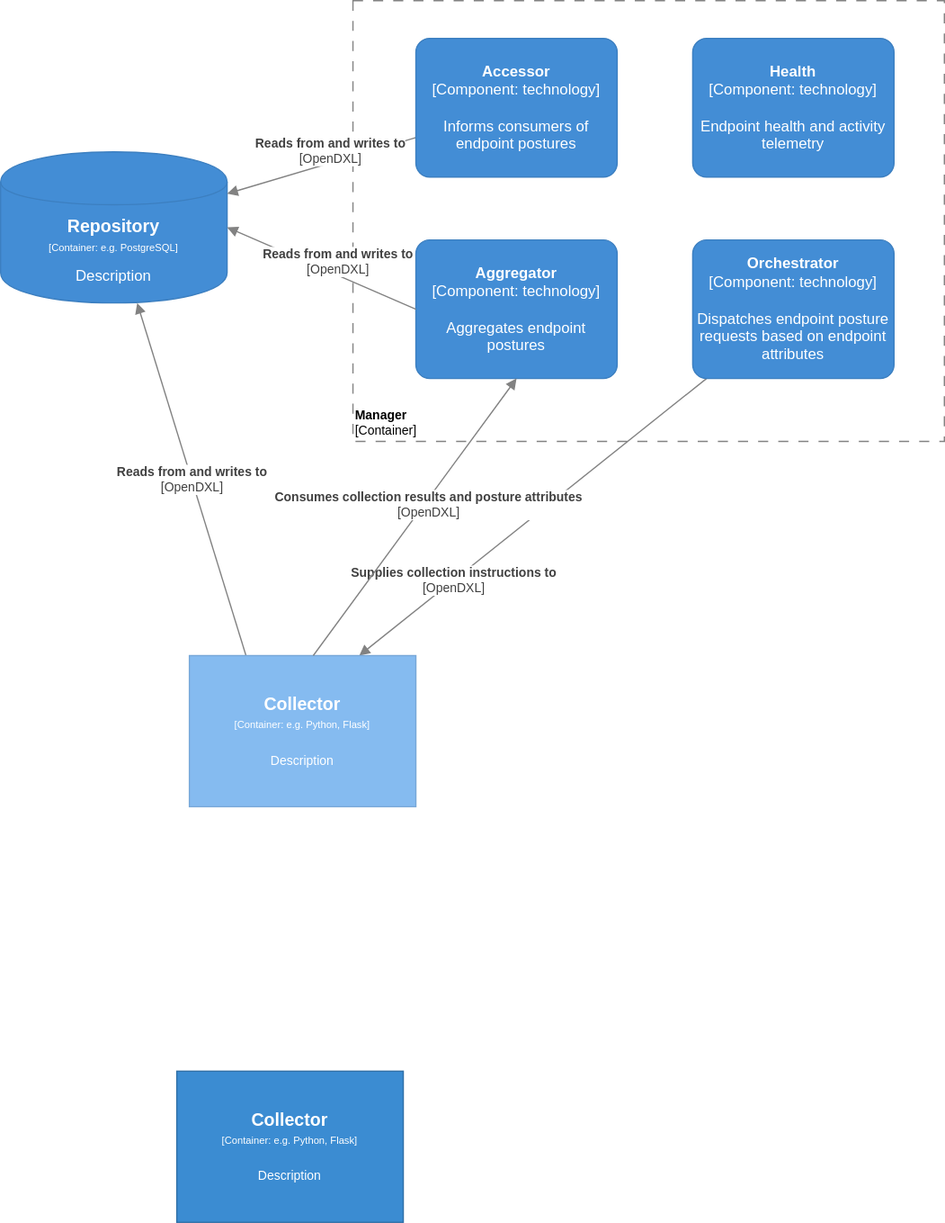
Before: Architecture Documents/sacm-component-manager.svg, a diagram exported from draw.io (opencybersecurityalliance/documentation). Source tidied: cells renumbered, new cells last; positions are measured from the earlier drawing's top-left corner, leaving out a move shared by most shapes. Source of this version:
```xml
<mxGraphModel>
  <root>
    <mxCell id="0" />
    <mxCell id="1" parent="0" />
    <object id="2" label="&lt;font style=&quot;font-size: 10px&quot;&gt;&lt;b&gt;Manager&lt;br&gt;&lt;/b&gt;[Container]&lt;/font&gt;" name="Container Name" placeholders="1">
      <mxCell style="rounded=0;whiteSpace=wrap;html=1;strokeColor=#828282;fillColor=none;fontColor=#000000;align=left;labelPosition=center;verticalLabelPosition=middle;verticalAlign=bottom;dashed=1;strokeWidth=1;perimeterSpacing=0;spacing=2;spacingTop=0;fontSize=10;dashPattern=8 8;" parent="1" vertex="1">
        <mxGeometry x="280" width="470" height="350" as="geometry" />
      </mxCell>
    </object>
    <object id="3" label="&lt;div style=&quot;color: rgb(255 , 255 , 255) ; white-space: normal&quot;&gt;&lt;span style=&quot;font-size: 14px&quot;&gt;&lt;b&gt;Repository&lt;/b&gt;&lt;/span&gt;&lt;/div&gt;&lt;div style=&quot;color: rgb(255 , 255 , 255) ; font-size: 12px ; white-space: normal&quot;&gt;&lt;font style=&quot;font-size: 8px&quot;&gt;[Container: %technology%]&lt;/font&gt;&lt;/div&gt;&lt;div style=&quot;color: rgb(255 , 255 , 255) ; white-space: normal ; font-size: 8px&quot;&gt;&lt;font style=&quot;line-height: 9.6px&quot;&gt;&lt;br&gt;&lt;/font&gt;&lt;/div&gt;&lt;div style=&quot;color: rgb(255 , 255 , 255) ; white-space: normal&quot;&gt;%description%&lt;/div&gt;" description="Description" name="Container Name" placeholders="1" technology="e.g. PostgreSQL">
      <mxCell style="shape=cylinder;whiteSpace=wrap;html=1;boundedLbl=1;backgroundOutline=1;strokeColor=#3C7FC0;fillColor=#438DD5;fontSize=12;fontColor=#ffffff;align=center;rounded=0;" parent="1" vertex="1">
        <mxGeometry y="120" width="180" height="120" as="geometry" />
      </mxCell>
    </object>
    <object id="4" label="&lt;span style=&quot;font-size: 10px&quot;&gt;&lt;b&gt;Reads from and writes to&lt;/b&gt;&lt;br&gt;[OpenDXL]&lt;br&gt;&lt;/span&gt;" name="Data Flow Item Name" placeholders="1" technology="HTTP">
      <mxCell style="endArrow=block;html=1;fontSize=10;fontColor=#404040;strokeWidth=1;endFill=1;strokeColor=#828282;elbow=vertical;" parent="1" edge="1" source="11" target="3">
        <mxGeometry x="-0.12" y="-10" relative="1" as="geometry" />
      </mxCell>
    </object>
    <object id="5" label="&lt;span style=&quot;font-size: 10px&quot;&gt;&lt;b&gt;Reads from and writes to&lt;/b&gt;&lt;br&gt;[OpenDXL]&lt;br&gt;&lt;/span&gt;" name="Data Flow Item Name" placeholders="1" technology="HTTP">
      <mxCell style="endArrow=block;html=1;fontSize=10;fontColor=#404040;strokeWidth=1;endFill=1;strokeColor=#828282;elbow=vertical;exitX=0.25;exitY=0;exitDx=0;exitDy=0;" parent="1" edge="1" source="8" target="3">
        <mxGeometry relative="1" as="geometry" />
      </mxCell>
    </object>
    <object id="6" label="&lt;b&gt;Supplies collection instructions to&lt;br&gt;&lt;/b&gt;[OpenDXL]&lt;span style=&quot;font-size: 10px&quot;&gt;&lt;br&gt;&lt;/span&gt;" name="Data Flow Item Name" placeholders="1" technology="HTTP">
      <mxCell style="endArrow=block;html=1;fontSize=10;fontColor=#404040;strokeWidth=1;endFill=1;strokeColor=#828282;elbow=vertical;entryX=0.75;entryY=0;entryDx=0;entryDy=0;" parent="1" edge="1" source="10" target="8">
        <mxGeometry x="0.46" relative="1" as="geometry" />
      </mxCell>
    </object>
    <object id="7" label="&lt;div&gt;&lt;span style=&quot;font-size: 14px&quot;&gt;&lt;b&gt;Collector&lt;/b&gt;&lt;/span&gt;&lt;/div&gt;&lt;div&gt;&lt;span style=&quot;font-size: 8px&quot;&gt;[Container: %technology%]&lt;/span&gt;&lt;br&gt;&lt;/div&gt;&lt;div&gt;&lt;span style=&quot;font-size: 8px&quot;&gt;&lt;br&gt;&lt;/span&gt;&lt;/div&gt;&lt;div&gt;&lt;font size=&quot;1&quot;&gt;%description%&lt;/font&gt;&lt;/div&gt;" description="Description" name="Container Name" placeholders="1" technology="e.g. Python, Flask">
      <mxCell style="rounded=0;whiteSpace=wrap;html=1;fillColor=#3B8CD2;fontColor=#FFFFFF;strokeColor=#2F6FA6;" parent="1" vertex="1">
        <mxGeometry x="140" y="850" width="180" height="120" as="geometry" />
      </mxCell>
    </object>
    <object id="8" label="&lt;div&gt;&lt;span style=&quot;font-size: 14px&quot;&gt;&lt;b&gt;Collector&lt;/b&gt;&lt;/span&gt;&lt;/div&gt;&lt;div&gt;&lt;span style=&quot;font-size: 8px&quot;&gt;[Container: %technology%]&lt;/span&gt;&lt;br&gt;&lt;/div&gt;&lt;div&gt;&lt;span style=&quot;font-size: 8px&quot;&gt;&lt;br&gt;&lt;/span&gt;&lt;/div&gt;&lt;div&gt;&lt;font size=&quot;1&quot;&gt;%description%&lt;/font&gt;&lt;/div&gt;" description="Description" name="Container Name" placeholders="1" technology="e.g. Python, Flask">
      <mxCell style="rounded=0;whiteSpace=wrap;html=1;fillColor=#85BBF0;fontColor=#ffffff;strokeColor=#78A8D8;arcSize=10;" parent="1" vertex="1">
        <mxGeometry x="150" y="520" width="180" height="120" as="geometry" />
      </mxCell>
    </object>
    <object id="9" label="&lt;b&gt;%c4Name%&lt;/b&gt;&lt;div&gt;[%c4Type%: %c4Technology%]&lt;/div&gt;&lt;br&gt;&lt;div&gt;%c4Description%&lt;/div&gt;" c4Description="Endpoint health and activity telemetry" c4Name="Health" c4Technology="technology" c4Type="Component" placeholders="1">
      <mxCell style="rounded=1;whiteSpace=wrap;html=1;labelBackgroundColor=none;fillColor=#438DD5;fontColor=#ffffff;align=center;arcSize=10;strokeColor=#3C7FC0;metaData={&quot;c4Type&quot;:{&quot;editable&quot;:false}};" parent="1" vertex="1">
        <mxGeometry x="550" y="30" width="160" height="110" as="geometry" />
      </mxCell>
    </object>
    <object id="10" label="&lt;b&gt;%c4Name%&lt;/b&gt;&lt;div&gt;[%c4Type%: %c4Technology%]&lt;/div&gt;&lt;br&gt;&lt;div&gt;%c4Description%&lt;/div&gt;" c4Description="Dispatches endpoint posture requests based on endpoint attributes" c4Name="Orchestrator" c4Technology="technology" c4Type="Component" placeholders="1">
      <mxCell style="rounded=1;whiteSpace=wrap;html=1;labelBackgroundColor=none;fillColor=#438DD5;fontColor=#ffffff;align=center;arcSize=10;strokeColor=#3C7FC0;metaData={&quot;c4Type&quot;:{&quot;editable&quot;:false}};points=[[0.25,0,0],[0.5,0,0],[0.75,0,0],[1,0.25,0],[1,0.5,0],[1,0.75,0],[0.75,1,0],[0.5,1,0],[0.25,1,0],[0,0.75,0],[0,0.5,0],[0,0.25,0]];" parent="1" vertex="1">
        <mxGeometry x="550" y="190" width="160" height="110" as="geometry" />
      </mxCell>
    </object>
    <object id="11" label="&lt;b&gt;%c4Name%&lt;/b&gt;&lt;div&gt;[%c4Type%: %c4Technology%]&lt;/div&gt;&lt;br&gt;&lt;div&gt;%c4Description%&lt;/div&gt;" c4Description="Informs consumers of endpoint postures" c4Name="Accessor" c4Technology="technology" c4Type="Component" placeholders="1">
      <mxCell style="rounded=1;whiteSpace=wrap;html=1;labelBackgroundColor=none;fillColor=#438DD5;fontColor=#ffffff;align=center;arcSize=10;strokeColor=#3C7FC0;metaData={&quot;c4Type&quot;:{&quot;editable&quot;:false}};points=[[0.25,0,0],[0.5,0,0],[0.75,0,0],[1,0.25,0],[1,0.5,0],[1,0.75,0],[0.75,1,0],[0.5,1,0],[0.25,1,0],[0,0.75,0],[0,0.5,0],[0,0.25,0]];" parent="1" vertex="1">
        <mxGeometry x="330" y="30" width="160" height="110" as="geometry" />
      </mxCell>
    </object>
    <object id="12" label="&lt;b&gt;%c4Name%&lt;/b&gt;&lt;div&gt;[%c4Type%: %c4Technology%]&lt;/div&gt;&lt;br&gt;&lt;div&gt;%c4Description%&lt;/div&gt;" c4Description="Aggregates endpoint postures" c4Name="Aggregator" c4Technology="technology" c4Type="Component" placeholders="1">
      <mxCell style="rounded=1;whiteSpace=wrap;html=1;labelBackgroundColor=none;fillColor=#438DD5;fontColor=#ffffff;align=center;arcSize=10;strokeColor=#3C7FC0;metaData={&quot;c4Type&quot;:{&quot;editable&quot;:false}};points=[[0.25,0,0],[0.5,0,0],[0.75,0,0],[1,0.25,0],[1,0.5,0],[1,0.75,0],[0.75,1,0],[0.5,1,0],[0.25,1,0],[0,0.75,0],[0,0.5,0],[0,0.25,0]];" parent="1" vertex="1">
        <mxGeometry x="330" y="190" width="160" height="110" as="geometry" />
      </mxCell>
    </object>
    <object id="13" label="&lt;b&gt;Consumes collection results and posture attributes&lt;br&gt;&lt;/b&gt;[OpenDXL]&lt;span style=&quot;font-size: 10px&quot;&gt;&lt;br&gt;&lt;/span&gt;" name="Data Flow Item Name" placeholders="1" technology="HTTP">
      <mxCell style="endArrow=block;html=1;fontSize=10;fontColor=#404040;strokeWidth=1;endFill=1;strokeColor=#828282;elbow=vertical;entryX=0.5;entryY=1;entryDx=0;entryDy=0;entryPerimeter=0;exitX=0.547;exitY=0;exitDx=0;exitDy=0;exitPerimeter=0;" parent="1" edge="1" source="8" target="12">
        <mxGeometry x="0.11" y="-3" relative="1" as="geometry" />
      </mxCell>
    </object>
    <object id="14" label="&lt;span style=&quot;font-size: 10px&quot;&gt;&lt;b&gt;Reads from and writes to&lt;/b&gt;&lt;br&gt;[OpenDXL]&lt;br&gt;&lt;/span&gt;" name="Data Flow Item Name" placeholders="1" technology="HTTP">
      <mxCell style="endArrow=block;html=1;fontSize=10;fontColor=#404040;strokeWidth=1;endFill=1;strokeColor=#828282;elbow=vertical;exitX=0;exitY=0.5;exitDx=0;exitDy=0;exitPerimeter=0;entryX=1;entryY=0.5;entryDx=0;entryDy=0;" parent="1" edge="1" source="12" target="3">
        <mxGeometry x="-0.12" y="-10" relative="1" as="geometry" />
      </mxCell>
    </object>
  </root>
</mxGraphModel>
```
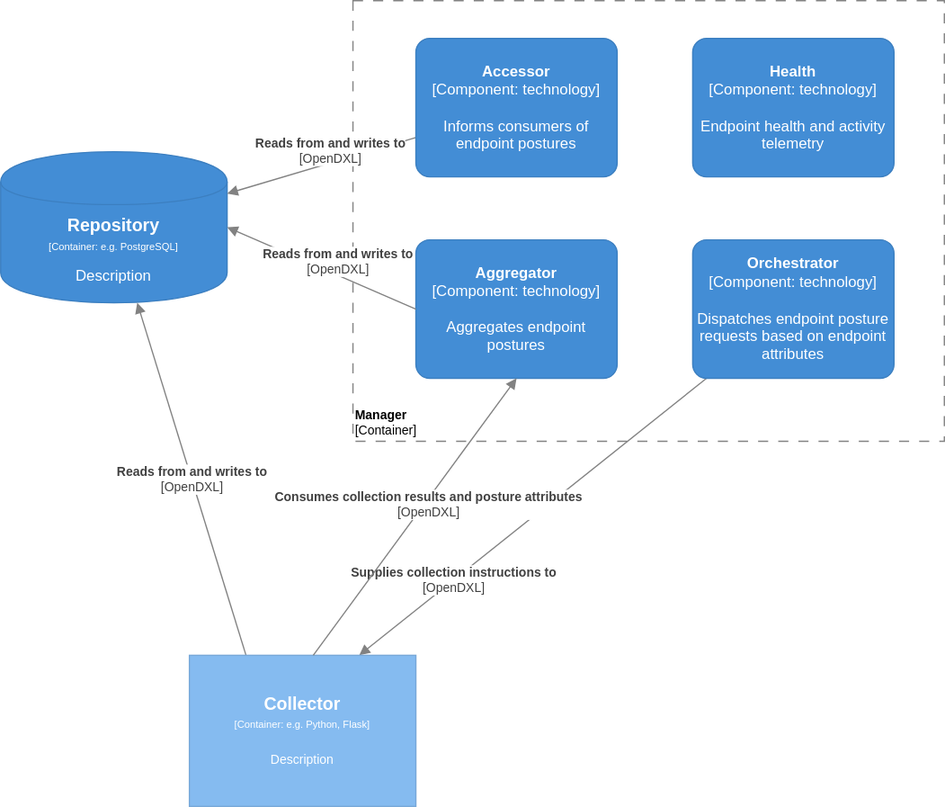
After the change.

Diff of the diagram source:
```diff
@@ -27,11 +27,6 @@
         <mxGeometry x="0.46" relative="1" as="geometry" />
       </mxCell>
     </object>
-    <object id="7" label="&lt;div&gt;&lt;span style=&quot;font-size: 14px&quot;&gt;&lt;b&gt;Collector&lt;/b&gt;&lt;/span&gt;&lt;/div&gt;&lt;div&gt;&lt;span style=&quot;font-size: 8px&quot;&gt;[Container: %technology%]&lt;/span&gt;&lt;br&gt;&lt;/div&gt;&lt;div&gt;&lt;span style=&quot;font-size: 8px&quot;&gt;&lt;br&gt;&lt;/span&gt;&lt;/div&gt;&lt;div&gt;&lt;font size=&quot;1&quot;&gt;%description%&lt;/font&gt;&lt;/div&gt;" description="Description" name="Container Name" placeholders="1" technology="e.g. Python, Flask">
-      <mxCell style="rounded=0;whiteSpace=wrap;html=1;fillColor=#3B8CD2;fontColor=#FFFFFF;strokeColor=#2F6FA6;" parent="1" vertex="1">
-        <mxGeometry x="140" y="850" width="180" height="120" as="geometry" />
-      </mxCell>
-    </object>
     <object id="8" label="&lt;div&gt;&lt;span style=&quot;font-size: 14px&quot;&gt;&lt;b&gt;Collector&lt;/b&gt;&lt;/span&gt;&lt;/div&gt;&lt;div&gt;&lt;span style=&quot;font-size: 8px&quot;&gt;[Container: %technology%]&lt;/span&gt;&lt;br&gt;&lt;/div&gt;&lt;div&gt;&lt;span style=&quot;font-size: 8px&quot;&gt;&lt;br&gt;&lt;/span&gt;&lt;/div&gt;&lt;div&gt;&lt;font size=&quot;1&quot;&gt;%description%&lt;/font&gt;&lt;/div&gt;" description="Description" name="Container Name" placeholders="1" technology="e.g. Python, Flask">
       <mxCell style="rounded=0;whiteSpace=wrap;html=1;fillColor=#85BBF0;fontColor=#ffffff;strokeColor=#78A8D8;arcSize=10;" parent="1" vertex="1">
         <mxGeometry x="150" y="520" width="180" height="120" as="geometry" />
```
